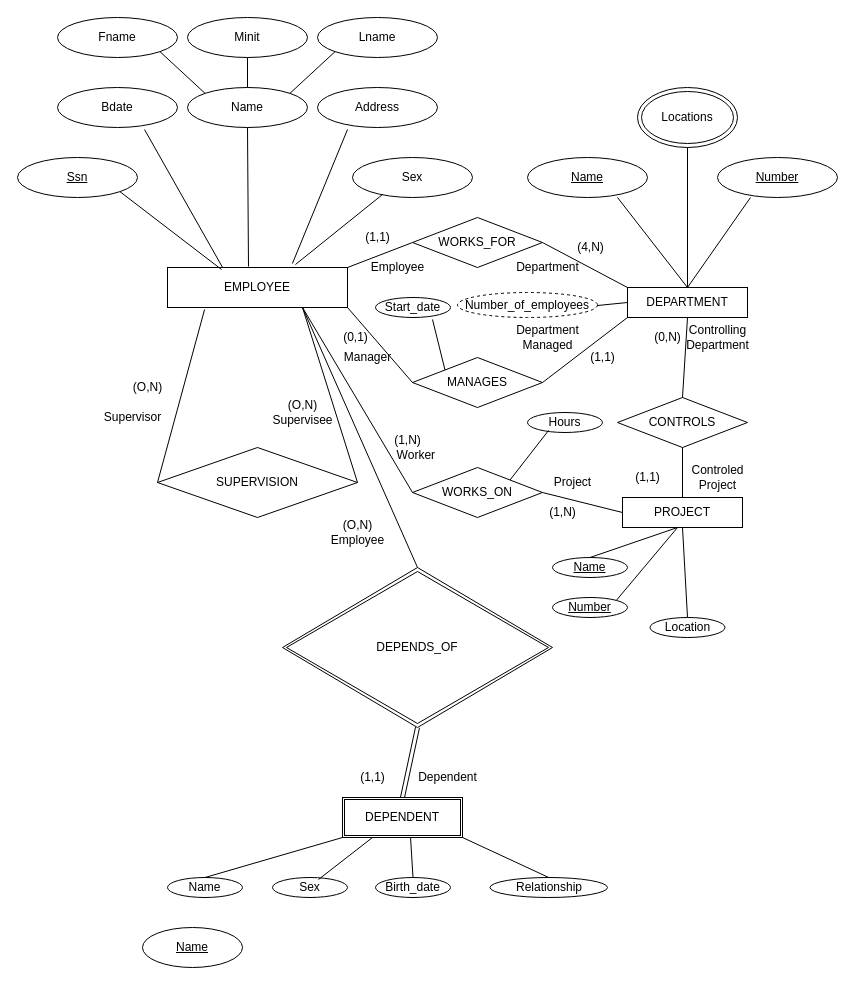
Fb185/Project1 keeps this draw.io diagram as Untitled Diagram.drawio. Above is the earlier version. Source tidied: cells renumbered, new cells numbered last; positions are measured from the earlier drawing's top-left corner, leaving out a move shared by most shapes. Both pictures are drawn from the tidied source at 100%, with x=0, y=0 at pixel (17, 17).
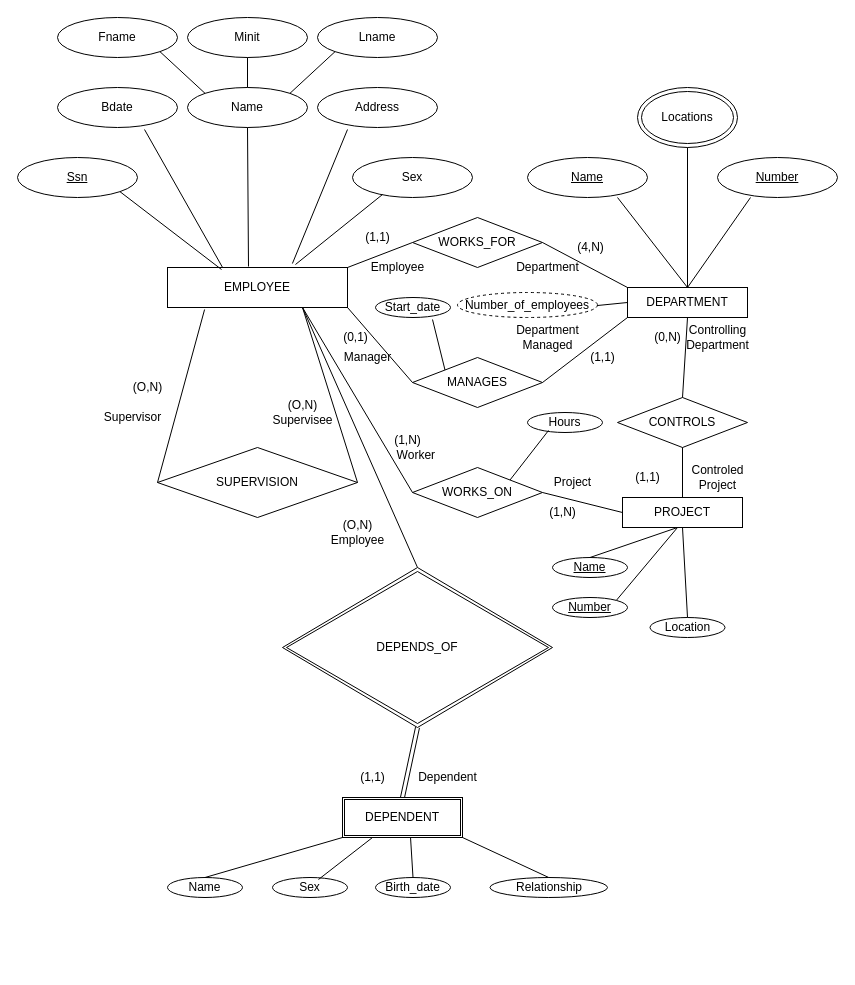
The same page after the edit.

The edit, as a diff of the source:
```diff
@@
-    <mxCell id="88" value="Name" style="ellipse;whiteSpace=wrap;html=1;align=center;fontStyle=4;" parent="1" vertex="1">
-      <mxGeometry x="125" y="910" width="100" height="40" as="geometry" />
-    </mxCell>
```
